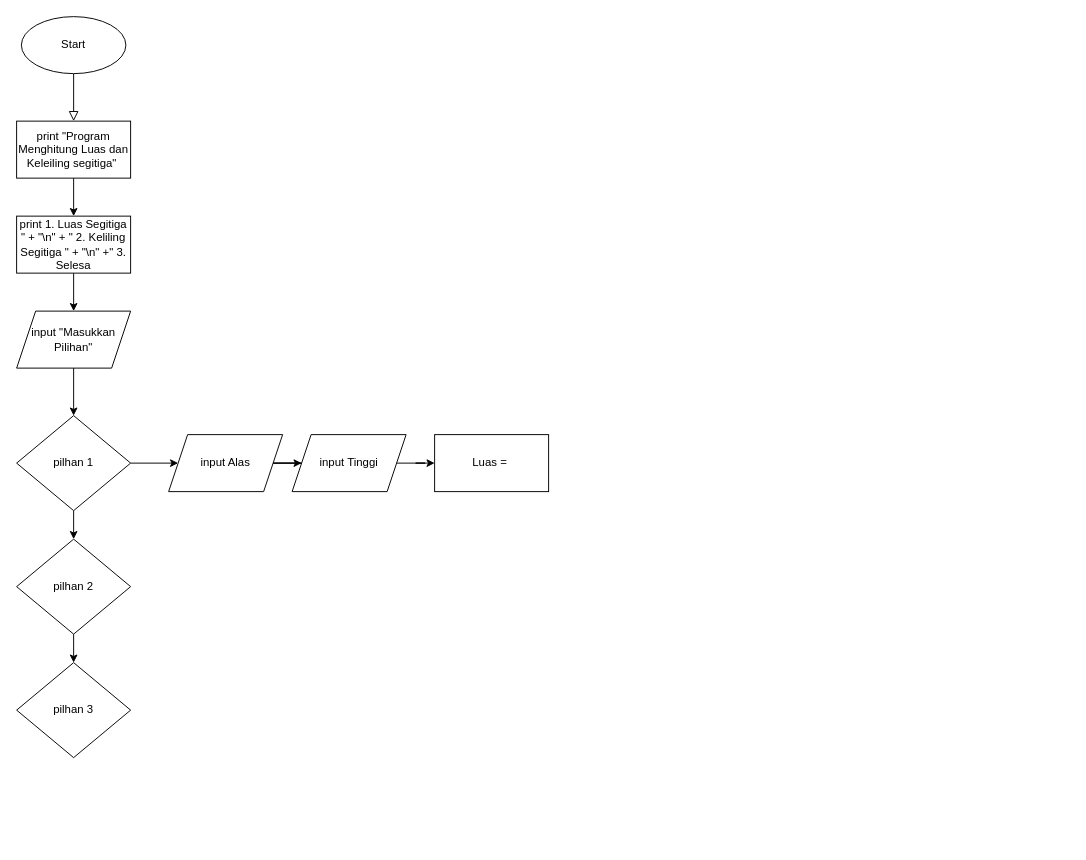
The draw.io diagram Untitled Diagram.drawio in calvinhaviandy/Luas-dan-Keliling-Segitiga, before the edit. Source tidied: cells renumbered, new cells numbered last; positions are measured from the earlier drawing's top-left corner, leaving out a move shared by most shapes. Both pictures are drawn from the tidied source at 95%, with x=0, y=0 at pixel (16, 16).
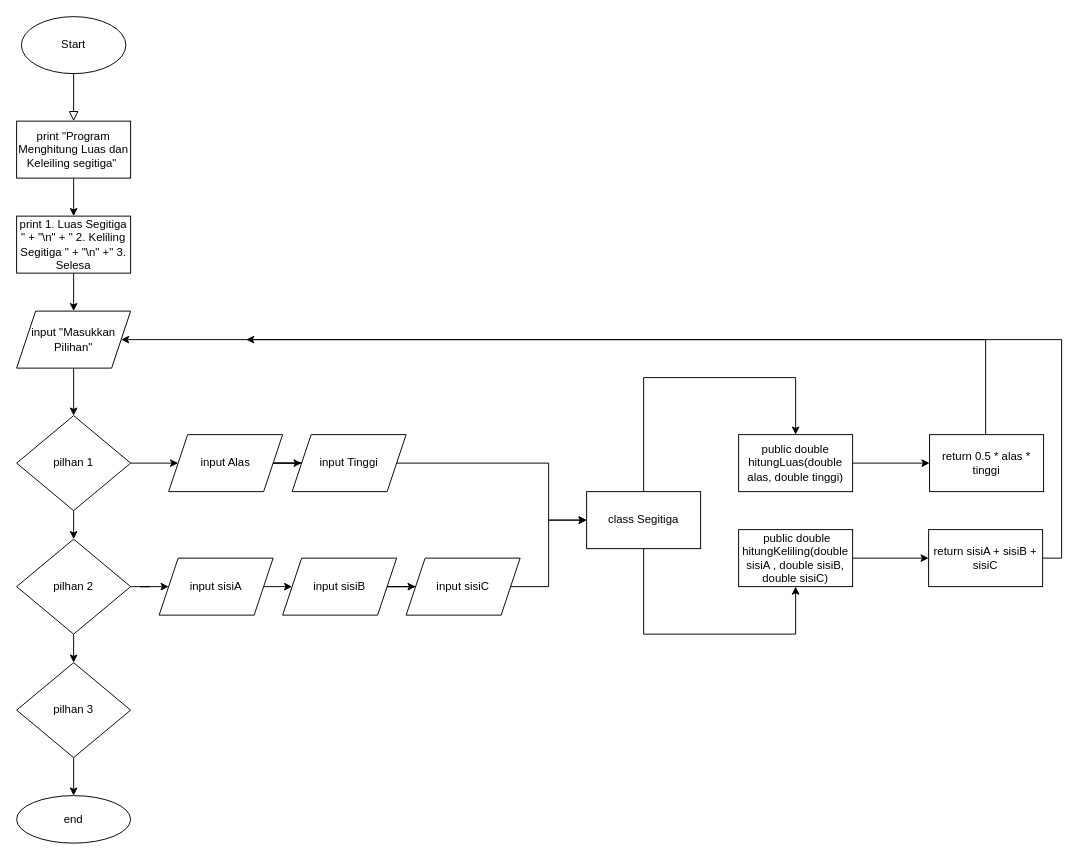
After the change.

The change refers to these unchanged cells:
```xml
<mxCell id="9" value="input &quot;Masukkan Pilihan&quot;" style="shape=parallelogram;perimeter=parallelogramPerimeter;whiteSpace=wrap;html=1;fixedSize=1;rounded=0;" parent="1" vertex="1">
  <mxGeometry y="310" width="120" height="60" as="geometry" />
</mxCell>
<mxCell id="14" value="pilhan 2" style="rhombus;whiteSpace=wrap;html=1;rounded=0;" parent="1" vertex="1">
  <mxGeometry y="550" width="120" height="100" as="geometry" />
</mxCell>
<mxCell id="15" value="pilhan 3" style="rhombus;whiteSpace=wrap;html=1;rounded=0;" parent="1" vertex="1">
  <mxGeometry y="680" width="120" height="100" as="geometry" />
</mxCell>
<mxCell id="19" value="input Tinggi" style="shape=parallelogram;perimeter=parallelogramPerimeter;whiteSpace=wrap;html=1;fixedSize=1;rounded=0;" parent="1" vertex="1">
  <mxGeometry x="290" y="440" width="120" height="60" as="geometry" />
</mxCell>
```

Diff of the diagram source:
```diff
@@
+    <mxCell id="21" style="edgeStyle=orthogonalEdgeStyle;rounded=0;jettySize=auto;html=1;" parent="1" edge="1" source="14" target="30">
+      <mxGeometry relative="1" as="geometry" />
+    </mxCell>
@@
+    <mxCell id="22" style="edgeStyle=orthogonalEdgeStyle;rounded=0;jettySize=auto;html=1;exitX=0.5;exitY=1;exitDx=0;exitDy=0;" parent="1" edge="1" source="15" target="39">
+      <mxGeometry relative="1" as="geometry" />
+    </mxCell>
@@
     <mxCell id="18" style="edgeStyle=orthogonalEdgeStyle;rounded=0;jettySize=auto;html=1;" parent="1" edge="1" source="19" target="20">
-      <mxGeometry relative="1" as="geometry" />
+      <mxGeometry relative="1" as="geometry">
+        <Array as="points">
+          <mxPoint x="560" y="470" />
+          <mxPoint x="560" y="530" />
+        </Array>
+      </mxGeometry>
     </mxCell>
@@
+    <mxCell id="23" style="edgeStyle=orthogonalEdgeStyle;rounded=0;jettySize=auto;html=1;" parent="1" edge="1" source="20" target="26">
+      <mxGeometry relative="1" as="geometry">
+        <Array as="points">
+          <mxPoint x="660" y="380" />
+          <mxPoint x="820" y="380" />
+        </Array>
+      </mxGeometry>
+    </mxCell>
+    <mxCell id="24" style="edgeStyle=orthogonalEdgeStyle;rounded=0;jettySize=auto;html=1;" parent="1" edge="1" source="20" target="36">
+      <mxGeometry relative="1" as="geometry">
+        <Array as="points">
+          <mxPoint x="660" y="650" />
+        </Array>
+      </mxGeometry>
+    </mxCell>
-    <mxCell id="20" value="Luas =&amp;nbsp;" style="whiteSpace=wrap;html=1;rounded=0;" parent="1" vertex="1">
-      <mxGeometry x="440" y="440" width="120" height="60" as="geometry" />
+    <mxCell id="20" value="class Segitiga" style="whiteSpace=wrap;html=1;rounded=0;" parent="1" vertex="1">
+      <mxGeometry x="600" y="500" width="120" height="60" as="geometry" />
     </mxCell>
+    <mxCell id="25" style="edgeStyle=orthogonalEdgeStyle;rounded=0;jettySize=auto;html=1;exitX=1;exitY=0.5;exitDx=0;exitDy=0;entryX=0;entryY=0.5;entryDx=0;entryDy=0;" parent="1" edge="1" source="26" target="28">
+      <mxGeometry relative="1" as="geometry" />
+    </mxCell>
+    <mxCell id="26" value="public double hitungLuas(double alas, double tinggi)" style="whiteSpace=wrap;html=1;rounded=0;" parent="1" vertex="1">
+      <mxGeometry x="760" y="440" width="120" height="60" as="geometry" />
+    </mxCell>
+    <mxCell id="27" style="edgeStyle=orthogonalEdgeStyle;rounded=0;jettySize=auto;html=1;entryX=1;entryY=0.5;entryDx=0;entryDy=0;" parent="1" edge="1" source="28" target="9">
+      <mxGeometry relative="1" as="geometry">
+        <Array as="points">
+          <mxPoint x="1020" y="340" />
+        </Array>
+      </mxGeometry>
+    </mxCell>
+    <mxCell id="28" value="return 0.5 * alas * tinggi" style="whiteSpace=wrap;html=1;rounded=0;" parent="1" vertex="1">
+      <mxGeometry x="961" y="440" width="120" height="60" as="geometry" />
+    </mxCell>
+    <mxCell id="29" style="edgeStyle=orthogonalEdgeStyle;rounded=0;jettySize=auto;html=1;exitX=1;exitY=0.5;exitDx=0;exitDy=0;entryX=0;entryY=0.5;entryDx=0;entryDy=0;" parent="1" edge="1" source="30" target="32">
+      <mxGeometry relative="1" as="geometry" />
+    </mxCell>
+    <mxCell id="30" value="input sisiA" style="shape=parallelogram;perimeter=parallelogramPerimeter;whiteSpace=wrap;html=1;fixedSize=1;rounded=0;" parent="1" vertex="1">
+      <mxGeometry x="150" y="570" width="120" height="60" as="geometry" />
+    </mxCell>
+    <mxCell id="31" style="edgeStyle=orthogonalEdgeStyle;rounded=0;jettySize=auto;html=1;" parent="1" edge="1" source="32" target="34">
+      <mxGeometry relative="1" as="geometry" />
+    </mxCell>
+    <mxCell id="32" value="input sisiB" style="shape=parallelogram;perimeter=parallelogramPerimeter;whiteSpace=wrap;html=1;fixedSize=1;rounded=0;" parent="1" vertex="1">
+      <mxGeometry x="280" y="570" width="120" height="60" as="geometry" />
+    </mxCell>
+    <mxCell id="33" style="edgeStyle=orthogonalEdgeStyle;rounded=0;jettySize=auto;html=1;entryX=0;entryY=0.5;entryDx=0;entryDy=0;" parent="1" edge="1" source="34" target="20">
+      <mxGeometry relative="1" as="geometry">
+        <Array as="points">
+          <mxPoint x="560" y="600" />
+          <mxPoint x="560" y="530" />
+        </Array>
+      </mxGeometry>
+    </mxCell>
+    <mxCell id="34" value="input sisiC" style="shape=parallelogram;perimeter=parallelogramPerimeter;whiteSpace=wrap;html=1;fixedSize=1;rounded=0;" parent="1" vertex="1">
+      <mxGeometry x="410" y="570" width="120" height="60" as="geometry" />
+    </mxCell>
+    <mxCell id="35" style="edgeStyle=orthogonalEdgeStyle;rounded=0;jettySize=auto;html=1;" parent="1" edge="1" source="36" target="38">
+      <mxGeometry relative="1" as="geometry" />
+    </mxCell>
+    <mxCell id="36" value="&amp;nbsp;public double hitungKeliling(double sisiA , double sisiB, double sisiC)" style="whiteSpace=wrap;html=1;rounded=0;" parent="1" vertex="1">
+      <mxGeometry x="760" y="540" width="120" height="60" as="geometry" />
+    </mxCell>
+    <mxCell id="37" style="edgeStyle=orthogonalEdgeStyle;rounded=0;jettySize=auto;html=1;" parent="1" edge="1" source="38">
+      <mxGeometry relative="1" as="geometry">
+        <mxPoint x="241.6" y="340" as="targetPoint" />
+        <Array as="points">
+          <mxPoint x="1100" y="570" />
+          <mxPoint x="1100" y="340" />
+        </Array>
+      </mxGeometry>
+    </mxCell>
+    <mxCell id="38" value="return sisiA + sisiB + sisiC" style="whiteSpace=wrap;html=1;rounded=0;" parent="1" vertex="1">
+      <mxGeometry x="960" y="540" width="120" height="60" as="geometry" />
+    </mxCell>
+    <mxCell id="39" value="end" style="ellipse;whiteSpace=wrap;html=1;" parent="1" vertex="1">
+      <mxGeometry y="820" width="120" height="50" as="geometry" />
+    </mxCell>
```
